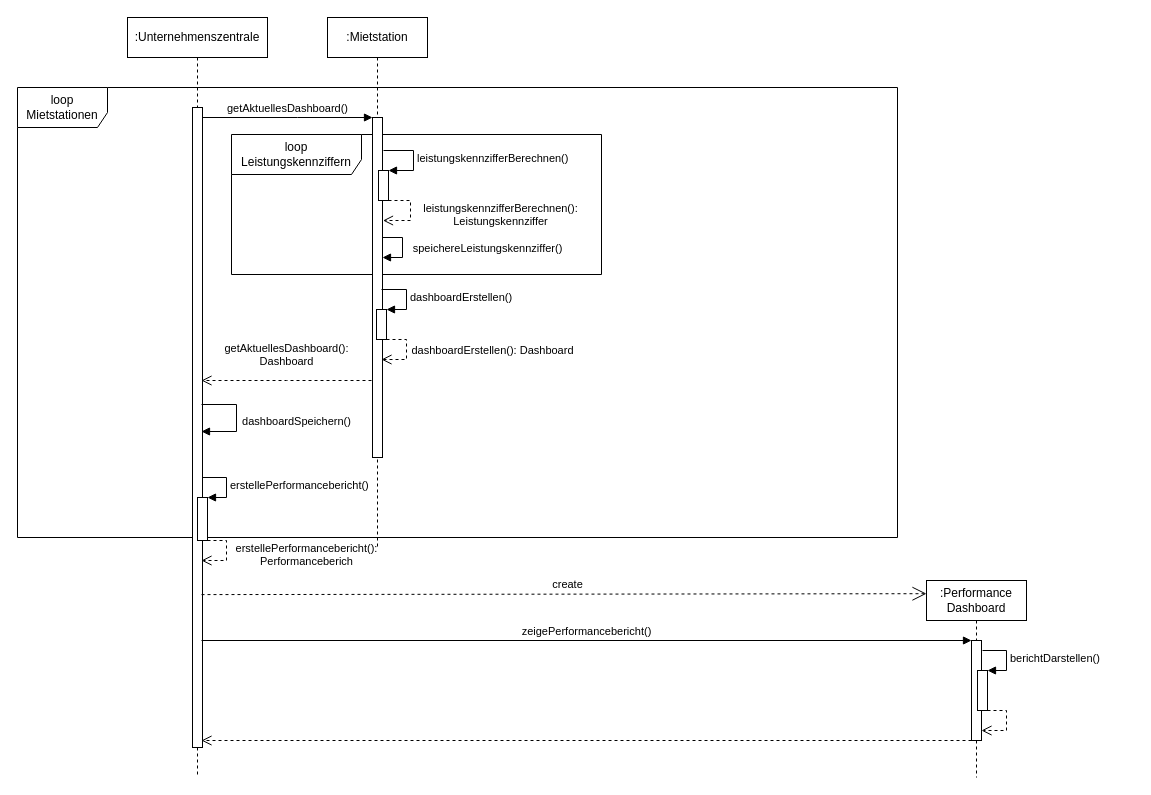
Above: E - Allgemeine Verwaltung/E2 - Performance-Bericht erstellen/03 Sequenzdiagramm - Performance-Bericht erstellen.drawio in DlieBG/car_rental (draw.io), before the change. Source tidied: cells renumbered, new cells numbered last; positions are measured from the earlier drawing's top-left corner, leaving out a move shared by most shapes. Both pictures are drawn from the tidied source at 100%, with x=0, y=0 at pixel (17, 17).
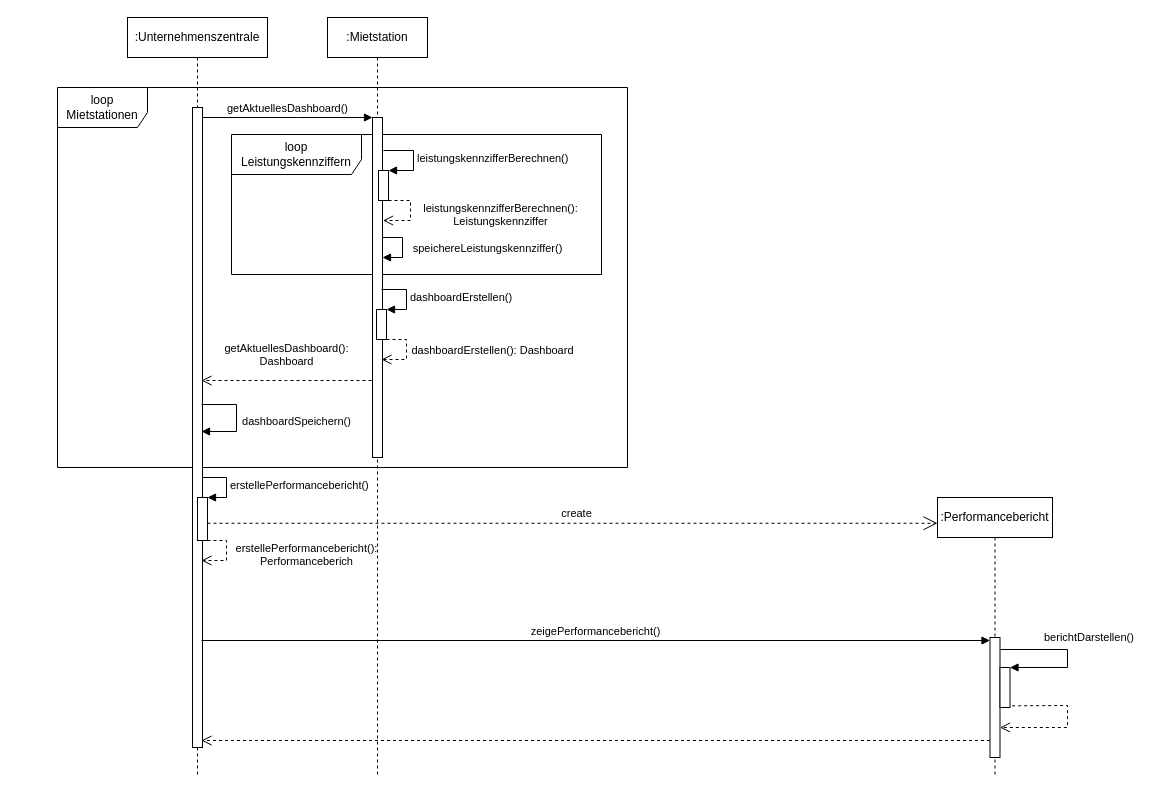
The same diagram, later.

The change refers to these unchanged cells:
```xml
<mxCell id="19" style="html=1;points=[];perimeter=orthogonalPerimeter;" parent="1" vertex="1">
  <mxGeometry x="180" y="480" width="10" height="43" as="geometry" />
</mxCell>
```

The edit, as a diff of the source:
```diff
@@
     <mxCell id="2" value="loop Mietstationen" style="shape=umlFrame;whiteSpace=wrap;html=1;width=90;height=40;" parent="1" vertex="1">
-      <mxGeometry y="70" width="880" height="450" as="geometry" />
+      <mxGeometry x="40" y="70" width="570" height="380" as="geometry" />
     </mxCell>
@@
     <mxCell id="5" value=":Mietstation" style="shape=umlLifeline;perimeter=lifelinePerimeter;whiteSpace=wrap;html=1;" parent="1" vertex="1">
-      <mxGeometry x="310" width="100" height="530" as="geometry" />
+      <mxGeometry x="310" width="100" height="760" as="geometry" />
     </mxCell>
-    <mxCell id="6" value=":Performance Dashboard" style="shape=umlLifeline;perimeter=lifelinePerimeter;whiteSpace=wrap;html=1;outlineConnect=0;" parent="1" vertex="1">
-      <mxGeometry x="909" y="563" width="100" height="197" as="geometry" />
+    <mxCell id="6" value=":Performancebericht" style="shape=umlLifeline;perimeter=lifelinePerimeter;whiteSpace=wrap;html=1;outlineConnect=0;" parent="1" vertex="1">
+      <mxGeometry x="920" y="480" width="115" height="280" as="geometry" />
     </mxCell>
     <mxCell id="7" style="html=1;points=[];perimeter=orthogonalPerimeter;" parent="6" vertex="1">
-      <mxGeometry x="45" y="60" width="10" height="100" as="geometry" />
+      <mxGeometry x="52.5" y="140" width="10" height="120" as="geometry" />
     </mxCell>
+    <mxCell id="24" style="html=1;points=[];perimeter=orthogonalPerimeter;" parent="6" vertex="1">
+      <mxGeometry x="62.5" y="170" width="10" height="40" as="geometry" />
+    </mxCell>
+    <mxCell id="26" style="html=1;verticalAlign=bottom;endArrow=open;dashed=1;endSize=8;rounded=0;exitX=1.217;exitY=0.958;exitDx=0;exitDy=0;exitPerimeter=0;" parent="6" edge="1" source="24" target="7">
+      <mxGeometry x="-0.01" y="20" relative="1" as="geometry">
+        <Array as="points">
+          <mxPoint x="130" y="208" />
+          <mxPoint x="130" y="230" />
+        </Array>
+      </mxGeometry>
+    </mxCell>
+    <mxCell id="25" value="berichtDarstellen()" style="edgeStyle=orthogonalEdgeStyle;html=1;align=left;spacingLeft=2;endArrow=block;rounded=0;entryX=1;entryY=0;" parent="6" edge="1" source="7" target="24">
+      <mxGeometry x="-0.44" y="12" relative="1" as="geometry">
+        <Array as="points">
+          <mxPoint x="130" y="152" />
+          <mxPoint x="130" y="170" />
+        </Array>
+      </mxGeometry>
+    </mxCell>
@@
-    <mxCell id="22" value="create" style="endArrow=open;endSize=12;dashed=1;html=1;rounded=0;entryX=0;entryY=0.067;entryDx=0;entryDy=0;entryPerimeter=0;" parent="1" edge="1" target="6">
-      <mxGeometry x="0.01" y="10" relative="1" as="geometry">
-        <mxPoint x="184" y="577.1" as="sourcePoint" />
-      </mxGeometry>
+    <mxCell id="22" value="create" style="endArrow=open;endSize=12;dashed=1;html=1;rounded=0;entryX=0;entryY=0.092;entryDx=0;entryDy=0;entryPerimeter=0;" parent="1" edge="1" source="19" target="6">
+      <mxGeometry x="0.01" y="10" relative="1" as="geometry" />
     </mxCell>
@@
-    <mxCell id="24" style="html=1;points=[];perimeter=orthogonalPerimeter;" parent="1" vertex="1">
-      <mxGeometry x="960" y="653" width="10" height="40" as="geometry" />
-    </mxCell>
-    <mxCell id="25" value="berichtDarstellen()" style="edgeStyle=orthogonalEdgeStyle;html=1;align=left;spacingLeft=2;endArrow=block;rounded=0;entryX=1;entryY=0;" parent="1" edge="1" target="24">
-      <mxGeometry relative="1" as="geometry">
-        <mxPoint x="965" y="633" as="sourcePoint" />
-        <Array as="points">
-          <mxPoint x="989" y="633" />
-          <mxPoint x="989" y="653" />
-        </Array>
-      </mxGeometry>
-    </mxCell>
-    <mxCell id="26" style="html=1;verticalAlign=bottom;endArrow=open;dashed=1;endSize=8;rounded=0;" parent="1" edge="1" source="24" target="7">
-      <mxGeometry x="-0.01" y="20" relative="1" as="geometry">
-        <Array as="points">
-          <mxPoint x="989" y="693" />
-          <mxPoint x="989" y="713" />
-        </Array>
-      </mxGeometry>
-    </mxCell>
```
